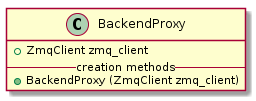
Above: report/figures/design/class/log/backend-proxy.png in geoffjay/comp8506-docs (PlantUML), before the change. Source of this version:
```plantuml
@startuml
class BackendProxy {
    +ZmqClient zmq_client
    --creation methods--
    +BackendProxy (ZmqClient zmq_client)
}
@enduml
```
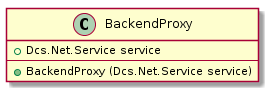
Later version of the same file.

Diff of the diagram source:
```diff
@@ -1,7 +1,7 @@
 @startuml
 class BackendProxy {
-    +ZmqClient zmq_client
-    --creation methods--
-    +BackendProxy (ZmqClient zmq_client)
+    +Dcs.Net.Service service
+    ----
+    +BackendProxy (Dcs.Net.Service service)
 }
 @enduml
```
